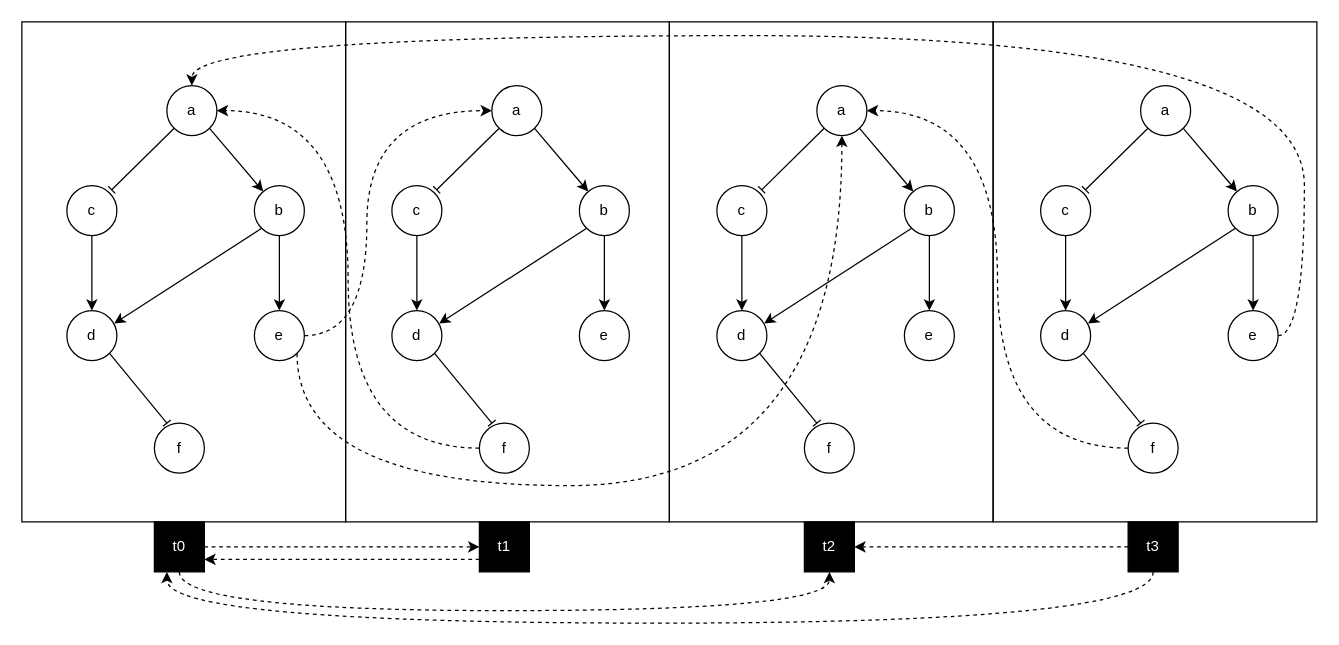
Earlier version of the draw.io diagram docs/useCase1-WithInteractions.drawio (josura/c2c-sepia). Source tidied: cells renumbered, new cells numbered last; positions are measured from the earlier drawing's top-left corner, leaving out a move shared by most shapes. Both pictures are drawn from the tidied source at 125%, with x=0, y=0 at pixel (21, 21).
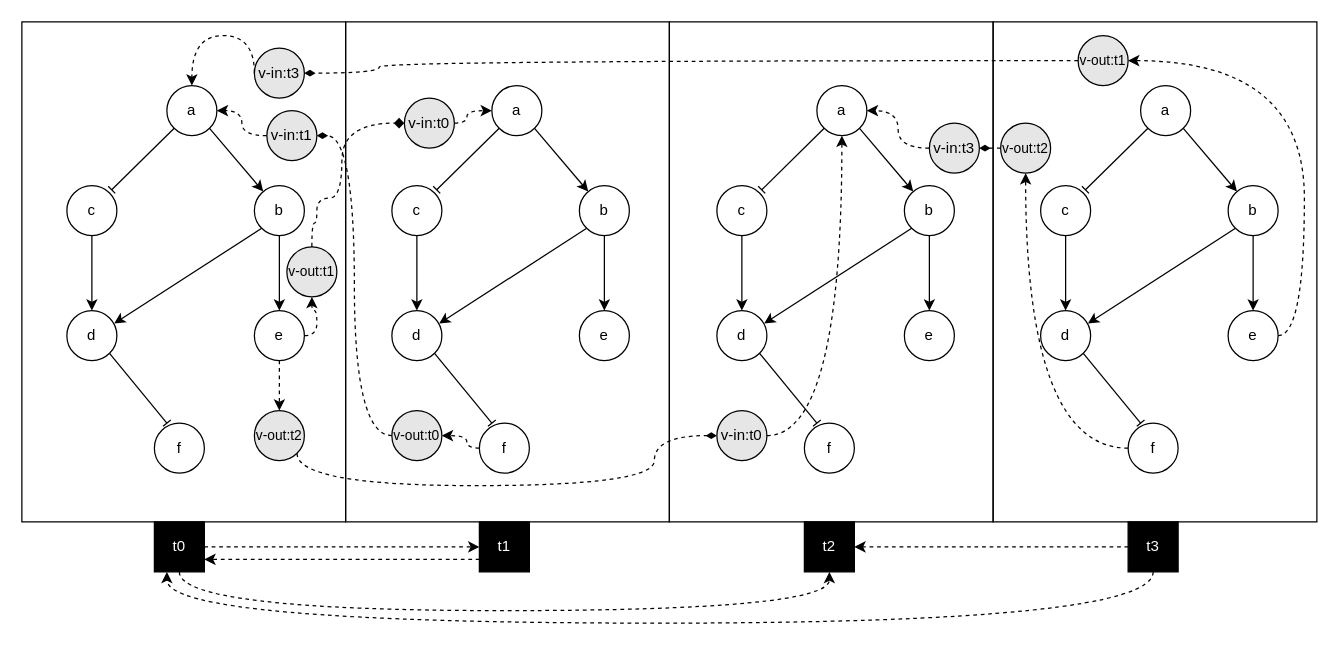
The same diagram, later.

Unchanged cells that the change refers to:
```xml
<mxCell id="8" value="a" style="ellipse;whiteSpace=wrap;html=1;" parent="1" vertex="1">
  <mxGeometry x="636" y="51" width="40" height="40" as="geometry" />
</mxCell>
<mxCell id="27" value="e" style="ellipse;whiteSpace=wrap;html=1;" parent="1" vertex="1">
  <mxGeometry x="965" y="231" width="40" height="40" as="geometry" />
</mxCell>
<mxCell id="31" value="f" style="ellipse;whiteSpace=wrap;html=1;" parent="1" vertex="1">
  <mxGeometry x="885" y="321" width="40" height="40" as="geometry" />
</mxCell>
<mxCell id="34" value="a" style="ellipse;whiteSpace=wrap;html=1;" parent="1" vertex="1">
  <mxGeometry x="376" y="51" width="40" height="40" as="geometry" />
</mxCell>
<mxCell id="44" value="f" style="ellipse;whiteSpace=wrap;html=1;" parent="1" vertex="1">
  <mxGeometry x="366" y="321" width="40" height="40" as="geometry" />
</mxCell>
<mxCell id="47" value="a" style="ellipse;whiteSpace=wrap;html=1;" parent="1" vertex="1">
  <mxGeometry x="116" y="51" width="40" height="40" as="geometry" />
</mxCell>
<mxCell id="55" value="e" style="ellipse;whiteSpace=wrap;html=1;" parent="1" vertex="1">
  <mxGeometry x="186" y="231" width="40" height="40" as="geometry" />
</mxCell>
```

What changed in the source:
```diff
@@
-    <mxCell id="26" style="edgeStyle=orthogonalEdgeStyle;curved=1;rounded=0;jettySize=auto;html=1;exitX=1;exitY=0.5;exitDx=0;exitDy=0;entryX=0.5;entryY=0;entryDx=0;entryDy=0;dashed=1;" parent="1" edge="1" source="27" target="47">
+    <mxCell id="26" style="edgeStyle=orthogonalEdgeStyle;curved=1;rounded=0;jettySize=auto;html=1;exitX=0;exitY=0.5;exitDx=0;exitDy=0;entryX=0.5;entryY=0;entryDx=0;entryDy=0;dashed=1;" parent="1" edge="1" source="71" target="47">
       <mxGeometry relative="1" as="geometry">
         <Array as="points">
-          <mxPoint x="1026" y="251" />
-          <mxPoint x="1026" y="11" />
+          <mxPoint x="186" y="11" />
           <mxPoint x="136" y="11" />
         </Array>
       </mxGeometry>
     </mxCell>
@@
-    <mxCell id="30" style="edgeStyle=orthogonalEdgeStyle;curved=1;rounded=0;jettySize=auto;html=1;exitX=0;exitY=0.5;exitDx=0;exitDy=0;entryX=1;entryY=0.5;entryDx=0;entryDy=0;dashed=1;" parent="1" edge="1" source="31" target="8">
+    <mxCell id="30" style="edgeStyle=orthogonalEdgeStyle;curved=1;rounded=0;jettySize=auto;html=1;exitX=0;exitY=0.5;exitDx=0;exitDy=0;entryX=1;entryY=0.5;entryDx=0;entryDy=0;dashed=1;" parent="1" edge="1" source="73" target="8">
       <mxGeometry relative="1" as="geometry" />
     </mxCell>
@@
-    <mxCell id="43" style="edgeStyle=orthogonalEdgeStyle;curved=1;rounded=0;jettySize=auto;html=1;exitX=0;exitY=0.5;exitDx=0;exitDy=0;entryX=1;entryY=0.5;entryDx=0;entryDy=0;dashed=1;" parent="1" edge="1" source="44" target="47">
+    <mxCell id="43" style="edgeStyle=orthogonalEdgeStyle;curved=1;rounded=0;jettySize=auto;html=1;exitX=0;exitY=0.5;exitDx=0;exitDy=0;entryX=1;entryY=0.5;entryDx=0;entryDy=0;dashed=1;" parent="1" edge="1" source="69" target="47">
       <mxGeometry relative="1" as="geometry" />
     </mxCell>
@@
-    <mxCell id="53" style="edgeStyle=orthogonalEdgeStyle;curved=1;rounded=0;jettySize=auto;html=1;exitX=1;exitY=0.5;exitDx=0;exitDy=0;entryX=0;entryY=0.5;entryDx=0;entryDy=0;dashed=1;" parent="1" edge="1" source="55" target="34">
+    <mxCell id="53" style="edgeStyle=orthogonalEdgeStyle;curved=1;rounded=0;jettySize=auto;html=1;exitX=1;exitY=0.5;exitDx=0;exitDy=0;entryX=0;entryY=0.5;entryDx=0;entryDy=0;dashed=1;" parent="1" edge="1" source="75" target="34">
       <mxGeometry relative="1" as="geometry">
         <Array as="points">
-          <mxPoint x="276" y="251" />
-          <mxPoint x="276" y="71" />
+          <mxPoint x="356" y="81" />
+          <mxPoint x="356" y="71" />
         </Array>
       </mxGeometry>
     </mxCell>
-    <mxCell id="54" style="edgeStyle=orthogonalEdgeStyle;curved=1;rounded=0;jettySize=auto;html=1;exitX=1;exitY=1;exitDx=0;exitDy=0;dashed=1;" parent="1" edge="1" source="55" target="8">
-      <mxGeometry relative="1" as="geometry">
-        <Array as="points">
-          <mxPoint x="220" y="371" />
-          <mxPoint x="656" y="371" />
-        </Array>
-      </mxGeometry>
+    <mxCell id="54" style="edgeStyle=orthogonalEdgeStyle;curved=1;rounded=0;jettySize=auto;html=1;exitX=1;exitY=0.5;exitDx=0;exitDy=0;dashed=1;" parent="1" edge="1" source="77" target="8">
+      <mxGeometry relative="1" as="geometry" />
     </mxCell>
@@
+    <mxCell id="68" style="edgeStyle=orthogonalEdgeStyle;curved=1;rounded=0;jettySize=auto;html=1;exitX=0;exitY=0.5;exitDx=0;exitDy=0;entryX=1;entryY=0.5;entryDx=0;entryDy=0;dashed=1;endArrow=diamondThin;endFill=1;" parent="1" edge="1" source="83" target="69">
+      <mxGeometry relative="1" as="geometry" />
+    </mxCell>
+    <mxCell id="69" value="v-in:t1" style="ellipse;whiteSpace=wrap;html=1;fillColor=#E6E6E6;" parent="1" vertex="1">
+      <mxGeometry x="196" y="71" width="40" height="40" as="geometry" />
+    </mxCell>
+    <mxCell id="70" style="edgeStyle=orthogonalEdgeStyle;curved=1;rounded=0;jettySize=auto;html=1;exitX=0;exitY=0.5;exitDx=0;exitDy=0;entryX=1;entryY=0.5;entryDx=0;entryDy=0;strokeColor=default;dashed=1;endArrow=diamondThin;endFill=1;" parent="1" edge="1" source="81" target="71">
+      <mxGeometry relative="1" as="geometry">
+        <Array as="points">
+          <mxPoint x="286" y="31" />
+          <mxPoint x="286" y="41" />
+        </Array>
+      </mxGeometry>
+    </mxCell>
+    <mxCell id="71" value="v-in:t3" style="ellipse;whiteSpace=wrap;html=1;fillColor=#E6E6E6;" parent="1" vertex="1">
+      <mxGeometry x="186" y="21" width="40" height="40" as="geometry" />
+    </mxCell>
+    <mxCell id="72" style="edgeStyle=orthogonalEdgeStyle;curved=1;rounded=0;jettySize=auto;html=1;exitX=0;exitY=0.5;exitDx=0;exitDy=0;entryX=1;entryY=0.5;entryDx=0;entryDy=0;dashed=1;endArrow=diamondThin;endFill=1;" parent="1" edge="1" source="79" target="73">
+      <mxGeometry relative="1" as="geometry" />
+    </mxCell>
+    <mxCell id="73" value="v-in:t3" style="ellipse;whiteSpace=wrap;html=1;fillColor=#E6E6E6;" parent="1" vertex="1">
+      <mxGeometry x="726" y="81" width="40" height="40" as="geometry" />
+    </mxCell>
+    <mxCell id="74" style="edgeStyle=orthogonalEdgeStyle;curved=1;rounded=0;jettySize=auto;html=1;exitX=1;exitY=0.5;exitDx=0;exitDy=0;entryX=0.5;entryY=1;entryDx=0;entryDy=0;dashed=1;" parent="1" edge="1" source="55" target="86">
+      <mxGeometry relative="1" as="geometry">
+        <Array as="points">
+          <mxPoint x="236" y="251" />
+          <mxPoint x="236" y="231" />
+          <mxPoint x="232" y="231" />
+        </Array>
+      </mxGeometry>
+    </mxCell>
+    <mxCell id="75" value="v-in:t0" style="ellipse;whiteSpace=wrap;html=1;fillColor=#E6E6E6;" parent="1" vertex="1">
+      <mxGeometry x="306" y="61" width="40" height="40" as="geometry" />
+    </mxCell>
+    <mxCell id="76" style="edgeStyle=orthogonalEdgeStyle;curved=1;rounded=0;jettySize=auto;html=1;exitX=1;exitY=1;exitDx=0;exitDy=0;dashed=1;entryX=0;entryY=0.5;entryDx=0;entryDy=0;endArrow=diamondThin;endFill=1;" parent="1" edge="1" source="85" target="77">
+      <mxGeometry relative="1" as="geometry">
+        <Array as="points">
+          <mxPoint x="220" y="371" />
+          <mxPoint x="506" y="371" />
+          <mxPoint x="506" y="331" />
+        </Array>
+      </mxGeometry>
+    </mxCell>
+    <mxCell id="77" value="v-in:t0" style="ellipse;whiteSpace=wrap;html=1;fillColor=#E6E6E6;" parent="1" vertex="1">
+      <mxGeometry x="556" y="311" width="40" height="40" as="geometry" />
+    </mxCell>
+    <mxCell id="78" style="edgeStyle=orthogonalEdgeStyle;curved=1;rounded=0;jettySize=auto;html=1;exitX=0;exitY=0.5;exitDx=0;exitDy=0;entryX=0.5;entryY=1;entryDx=0;entryDy=0;dashed=1;" parent="1" edge="1" source="31" target="79">
+      <mxGeometry relative="1" as="geometry">
+        <Array as="points">
+          <mxPoint x="803" y="341" />
+        </Array>
+      </mxGeometry>
+    </mxCell>
+    <mxCell id="79" value="&lt;font style=&quot;font-size: 11px;&quot;&gt;v-out:t2&lt;/font&gt;" style="ellipse;whiteSpace=wrap;html=1;fillColor=#E6E6E6;" parent="1" vertex="1">
+      <mxGeometry x="783" y="81" width="40" height="40" as="geometry" />
+    </mxCell>
+    <mxCell id="80" style="edgeStyle=orthogonalEdgeStyle;curved=1;rounded=0;jettySize=auto;html=1;exitX=1;exitY=0.5;exitDx=0;exitDy=0;entryX=1;entryY=0.5;entryDx=0;entryDy=0;dashed=1;" parent="1" edge="1" source="27" target="81">
+      <mxGeometry relative="1" as="geometry">
+        <Array as="points">
+          <mxPoint x="1026" y="251" />
+          <mxPoint x="1026" y="31" />
+        </Array>
+      </mxGeometry>
+    </mxCell>
+    <mxCell id="81" value="&lt;font style=&quot;font-size: 11px;&quot;&gt;v-out:t1&lt;/font&gt;" style="ellipse;whiteSpace=wrap;html=1;fillColor=#E6E6E6;" parent="1" vertex="1">
+      <mxGeometry x="845" y="11" width="40" height="40" as="geometry" />
+    </mxCell>
+    <mxCell id="82" style="edgeStyle=orthogonalEdgeStyle;curved=1;rounded=0;jettySize=auto;html=1;exitX=0;exitY=0.5;exitDx=0;exitDy=0;entryX=1;entryY=0.5;entryDx=0;entryDy=0;dashed=1;" parent="1" edge="1" source="44" target="83">
+      <mxGeometry relative="1" as="geometry">
+        <Array as="points">
+          <mxPoint x="356" y="341" />
+          <mxPoint x="356" y="331" />
+        </Array>
+      </mxGeometry>
+    </mxCell>
+    <mxCell id="83" value="&lt;font style=&quot;font-size: 11px;&quot;&gt;v-out:t0&lt;/font&gt;" style="ellipse;whiteSpace=wrap;html=1;fillColor=#E6E6E6;" parent="1" vertex="1">
+      <mxGeometry x="296" y="311" width="40" height="40" as="geometry" />
+    </mxCell>
+    <mxCell id="84" style="edgeStyle=orthogonalEdgeStyle;curved=1;rounded=0;jettySize=auto;html=1;exitX=0.5;exitY=1;exitDx=0;exitDy=0;dashed=1;entryX=0.5;entryY=0;entryDx=0;entryDy=0;" parent="1" edge="1" source="55" target="85">
+      <mxGeometry relative="1" as="geometry" />
+    </mxCell>
+    <mxCell id="85" value="&lt;font style=&quot;font-size: 11px;&quot;&gt;v-out:t2&lt;/font&gt;" style="ellipse;whiteSpace=wrap;html=1;fillColor=#E6E6E6;" parent="1" vertex="1">
+      <mxGeometry x="186" y="311" width="40" height="40" as="geometry" />
+    </mxCell>
+    <mxCell id="86" value="&lt;font style=&quot;font-size: 11px;&quot;&gt;v-out:t1&lt;/font&gt;" style="ellipse;whiteSpace=wrap;html=1;fillColor=#E6E6E6;" parent="1" vertex="1">
+      <mxGeometry x="212" y="180" width="40" height="40" as="geometry" />
+    </mxCell>
+    <mxCell id="87" style="edgeStyle=orthogonalEdgeStyle;curved=1;rounded=0;jettySize=auto;html=1;exitX=0.5;exitY=0;exitDx=0;exitDy=0;entryX=0;entryY=0.5;entryDx=0;entryDy=0;dashed=1;endArrow=diamond;endFill=1;" parent="1" edge="1" source="86" target="75">
+      <mxGeometry relative="1" as="geometry">
+        <Array as="points">
+          <mxPoint x="232" y="161" />
+          <mxPoint x="236" y="161" />
+          <mxPoint x="236" y="141" />
+          <mxPoint x="256" y="141" />
+          <mxPoint x="256" y="81" />
+        </Array>
+      </mxGeometry>
+    </mxCell>
```
